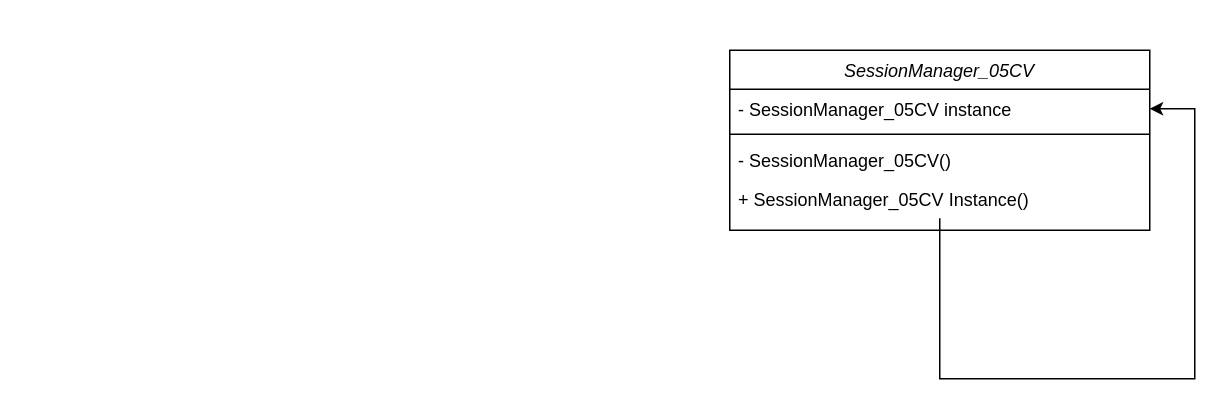
Earlier version of the draw.io diagram Clase3_Actividad_Singleton/SessionManager_05CV.drawio (la-barbarie/carreira_valls_ing_software). Source tidied: cells renumbered, new cells numbered last; positions are measured from the earlier drawing's top-left corner, leaving out a move shared by most shapes. Both pictures are drawn from the tidied source at 150%, with x=0, y=0 at pixel (729, 50).
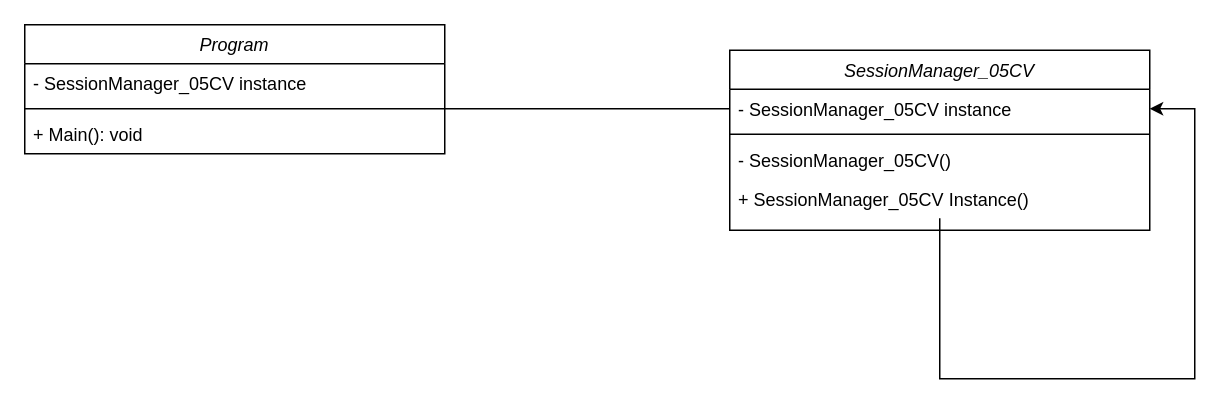
The same diagram, later.

Diff of the diagram source:
```diff
@@
 <mxGraphModel>
   <root>
     <mxCell id="0" />
     <mxCell id="1" parent="0" />
     <mxCell id="2" value="SessionManager_05CV" style="swimlane;fontStyle=2;align=center;verticalAlign=top;horizontal=1;startSize=26;rounded=0;shadow=0;strokeWidth=1;" parent="1" vertex="1">
       <mxGeometry width="280" height="120" as="geometry" />
     </mxCell>
     <mxCell id="3" value="- SessionManager_05CV instance" style="text;align=left;verticalAlign=top;spacingLeft=4;spacingRight=4;overflow=hidden;points=[[0,0.5],[1,0.5]];portConstraint=eastwest;" parent="2" vertex="1">
       <mxGeometry y="26" width="280" height="26" as="geometry" />
     </mxCell>
     <mxCell id="4" style="line;html=1;strokeWidth=1;align=left;verticalAlign=middle;spacingTop=-1;spacingLeft=3;spacingRight=3;labelPosition=right;" parent="2" vertex="1">
       <mxGeometry y="52" width="280" height="8" as="geometry" />
     </mxCell>
     <mxCell id="5" value="- SessionManager_05CV()" style="text;align=left;verticalAlign=top;spacingLeft=4;spacingRight=4;overflow=hidden;" parent="2" vertex="1">
       <mxGeometry y="60" width="280" height="26" as="geometry" />
     </mxCell>
     <mxCell id="6" style="edgeStyle=orthogonalEdgeStyle;rounded=0;jettySize=auto;html=1;entryX=1;entryY=0.5;entryDx=0;entryDy=0;" parent="2" edge="1" source="7" target="3">
       <mxGeometry relative="1" as="geometry">
         <Array as="points">
           <mxPoint x="310" y="219" />
           <mxPoint x="310" y="39" />
         </Array>
       </mxGeometry>
     </mxCell>
     <mxCell id="7" value="+ SessionManager_05CV Instance()" style="text;align=left;verticalAlign=top;spacingLeft=4;spacingRight=4;overflow=hidden;points=[[0,0.5],[1,0.5]];portConstraint=eastwest;" parent="2" vertex="1">
       <mxGeometry y="86" width="280" height="26" as="geometry" />
     </mxCell>
+    <mxCell id="8" value="Program" style="swimlane;fontStyle=2;align=center;verticalAlign=top;horizontal=1;startSize=26;rounded=0;shadow=0;strokeWidth=1;" parent="1" vertex="1">
+      <mxGeometry x="-470" y="-17" width="280" height="86" as="geometry" />
+    </mxCell>
+    <mxCell id="9" value="- SessionManager_05CV instance" style="text;align=left;verticalAlign=top;spacingLeft=4;spacingRight=4;overflow=hidden;" parent="8" vertex="1">
+      <mxGeometry y="26" width="280" height="26" as="geometry" />
+    </mxCell>
+    <mxCell id="10" style="line;html=1;strokeWidth=1;align=left;verticalAlign=middle;spacingTop=-1;spacingLeft=3;spacingRight=3;labelPosition=right;points=[];portConstraint=eastwest;" parent="8" vertex="1">
+      <mxGeometry y="52" width="280" height="8" as="geometry" />
+    </mxCell>
+    <mxCell id="11" value="+ Main(): void" style="text;align=left;verticalAlign=top;spacingLeft=4;spacingRight=4;overflow=hidden;" parent="8" vertex="1">
+      <mxGeometry y="60" width="280" height="26" as="geometry" />
+    </mxCell>
+    <mxCell id="12" style="edgeStyle=orthogonalEdgeStyle;rounded=0;jettySize=auto;html=1;endArrow=none;endFill=0;" parent="1" edge="1" source="10" target="3">
+      <mxGeometry relative="1" as="geometry" />
+    </mxCell>
   </root>
 </mxGraphModel>
```
